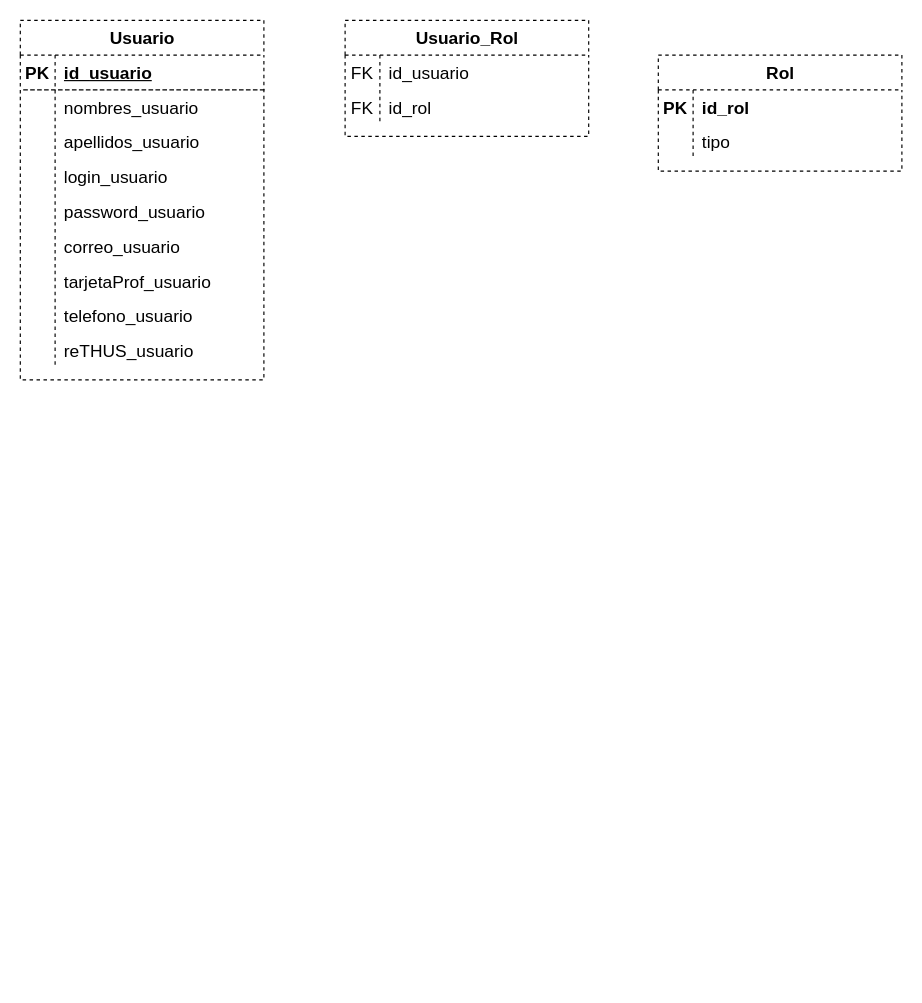
This is page "Diagrama relacional" (1 of 4) of Diagramas/Untitled Diagram.drawio from mjfernandezc/Diagramas, a draw.io file, before an edit. Source tidied: cells renumbered, new cells numbered last; positions are measured from the earlier drawing's top-left corner, leaving out a move shared by most shapes. Both pictures are drawn from the tidied source at 116%, with x=0, y=0 at pixel (20, 20).
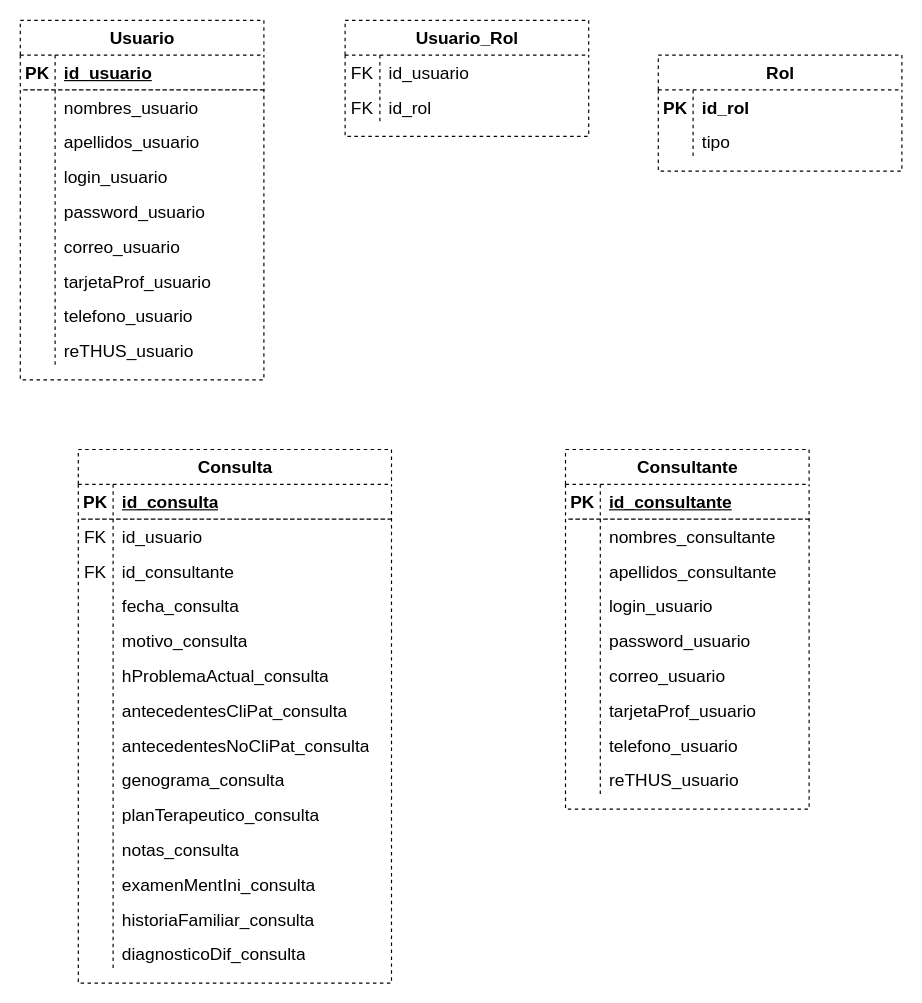
Above is the later version.

What changed in the source:
```diff
@@
+    <mxCell id="46" value="Consulta" style="shape=table;startSize=30;childLayout=tableLayout;rowLines=0;fontStyle=1;align=center;dashed=1;fontSize=15;html=1;" parent="1" vertex="1">
+      <mxGeometry x="50" y="370" width="270" height="460" as="geometry" />
+    </mxCell>
+    <mxCell id="47" style="shape=tableRow;horizontal=0;startSize=0;swimlaneHead=0;swimlaneBody=0;fillColor=none;top=0;left=0;right=0;bottom=1;dashed=1;fontSize=15;html=1;" parent="46" vertex="1">
+      <mxGeometry y="30" width="270" height="30" as="geometry" />
+    </mxCell>
+    <mxCell id="48" value="PK" style="shape=partialRectangle;fillColor=none;top=0;left=0;bottom=0;right=0;fontStyle=1;overflow=hidden;dashed=1;fontSize=15;html=1;" parent="47" vertex="1">
+      <mxGeometry width="30" height="30" as="geometry" />
+    </mxCell>
+    <mxCell id="49" value="id_consulta" style="shape=partialRectangle;fillColor=none;top=0;left=0;bottom=0;right=0;align=left;spacingLeft=6;fontStyle=5;overflow=hidden;dashed=1;fontSize=15;html=1;" parent="47" vertex="1">
+      <mxGeometry x="30" width="240" height="30" as="geometry" />
+    </mxCell>
+    <mxCell id="50" style="shape=tableRow;horizontal=0;startSize=0;swimlaneHead=0;swimlaneBody=0;fillColor=none;top=0;left=0;right=0;bottom=0;dashed=1;fontSize=15;html=1;" parent="46" vertex="1">
+      <mxGeometry y="60" width="270" height="30" as="geometry" />
+    </mxCell>
+    <mxCell id="51" value="FK" style="shape=partialRectangle;fillColor=none;top=0;left=0;bottom=0;right=0;overflow=hidden;dashed=1;fontSize=15;html=1;" parent="50" vertex="1">
+      <mxGeometry width="30" height="30" as="geometry" />
+    </mxCell>
+    <mxCell id="52" value="id_usuario" style="shape=partialRectangle;fillColor=none;top=0;left=0;bottom=0;right=0;align=left;spacingLeft=6;overflow=hidden;dashed=1;fontSize=15;html=1;" parent="50" vertex="1">
+      <mxGeometry x="30" width="240" height="30" as="geometry" />
+    </mxCell>
+    <mxCell id="53" style="shape=tableRow;horizontal=0;startSize=0;swimlaneHead=0;swimlaneBody=0;fillColor=none;top=0;left=0;right=0;bottom=0;dashed=1;fontSize=15;html=1;" parent="46" vertex="1">
+      <mxGeometry y="90" width="270" height="30" as="geometry" />
+    </mxCell>
+    <mxCell id="54" value="FK" style="shape=partialRectangle;fillColor=none;top=0;left=0;bottom=0;right=0;overflow=hidden;dashed=1;fontSize=15;html=1;" parent="53" vertex="1">
+      <mxGeometry width="30" height="30" as="geometry" />
+    </mxCell>
+    <mxCell id="55" value="id_consultante" style="shape=partialRectangle;fillColor=none;top=0;left=0;bottom=0;right=0;align=left;spacingLeft=6;overflow=hidden;dashed=1;fontSize=15;html=1;" parent="53" vertex="1">
+      <mxGeometry x="30" width="240" height="30" as="geometry" />
+    </mxCell>
+    <mxCell id="56" style="shape=tableRow;horizontal=0;startSize=0;swimlaneHead=0;swimlaneBody=0;fillColor=none;top=0;left=0;right=0;bottom=0;dashed=1;fontSize=15;html=1;" parent="46" vertex="1">
+      <mxGeometry y="120" width="270" height="30" as="geometry" />
+    </mxCell>
+    <mxCell id="57" style="shape=partialRectangle;fillColor=none;top=0;left=0;bottom=0;right=0;overflow=hidden;dashed=1;fontSize=15;html=1;" parent="56" vertex="1">
+      <mxGeometry width="30" height="30" as="geometry" />
+    </mxCell>
+    <mxCell id="58" value="fecha_consulta" style="shape=partialRectangle;fillColor=none;top=0;left=0;bottom=0;right=0;align=left;spacingLeft=6;overflow=hidden;dashed=1;fontSize=15;html=1;" parent="56" vertex="1">
+      <mxGeometry x="30" width="240" height="30" as="geometry" />
+    </mxCell>
+    <mxCell id="59" style="shape=tableRow;horizontal=0;startSize=0;swimlaneHead=0;swimlaneBody=0;fillColor=none;top=0;left=0;right=0;bottom=0;dashed=1;fontSize=15;html=1;" parent="46" vertex="1">
+      <mxGeometry y="150" width="270" height="30" as="geometry" />
+    </mxCell>
+    <mxCell id="60" style="shape=partialRectangle;fillColor=none;top=0;left=0;bottom=0;right=0;overflow=hidden;dashed=1;fontSize=15;html=1;" parent="59" vertex="1">
+      <mxGeometry width="30" height="30" as="geometry" />
+    </mxCell>
+    <mxCell id="61" value="motivo_consulta" style="shape=partialRectangle;fillColor=none;top=0;left=0;bottom=0;right=0;align=left;spacingLeft=6;overflow=hidden;dashed=1;fontSize=15;html=1;" parent="59" vertex="1">
+      <mxGeometry x="30" width="240" height="30" as="geometry" />
+    </mxCell>
+    <mxCell id="62" style="shape=tableRow;horizontal=0;startSize=0;swimlaneHead=0;swimlaneBody=0;fillColor=none;top=0;left=0;right=0;bottom=0;dashed=1;fontSize=15;html=1;" parent="46" vertex="1">
+      <mxGeometry y="180" width="270" height="30" as="geometry" />
+    </mxCell>
+    <mxCell id="63" style="shape=partialRectangle;fillColor=none;top=0;left=0;bottom=0;right=0;overflow=hidden;dashed=1;fontSize=15;html=1;" parent="62" vertex="1">
+      <mxGeometry width="30" height="30" as="geometry" />
+    </mxCell>
+    <mxCell id="64" value="hProblemaActual_consulta" style="shape=partialRectangle;fillColor=none;top=0;left=0;bottom=0;right=0;align=left;spacingLeft=6;overflow=hidden;dashed=1;fontSize=15;html=1;" parent="62" vertex="1">
+      <mxGeometry x="30" width="240" height="30" as="geometry" />
+    </mxCell>
+    <mxCell id="65" style="shape=tableRow;horizontal=0;startSize=0;swimlaneHead=0;swimlaneBody=0;fillColor=none;top=0;left=0;right=0;bottom=0;dashed=1;fontSize=15;html=1;" parent="46" vertex="1">
+      <mxGeometry y="210" width="270" height="30" as="geometry" />
+    </mxCell>
+    <mxCell id="66" style="shape=partialRectangle;fillColor=none;top=0;left=0;bottom=0;right=0;overflow=hidden;dashed=1;fontSize=15;html=1;" parent="65" vertex="1">
+      <mxGeometry width="30" height="30" as="geometry" />
+    </mxCell>
+    <mxCell id="67" value="antecedentesCliPat_consulta" style="shape=partialRectangle;fillColor=none;top=0;left=0;bottom=0;right=0;align=left;spacingLeft=6;overflow=hidden;dashed=1;fontSize=15;html=1;" parent="65" vertex="1">
+      <mxGeometry x="30" width="240" height="30" as="geometry" />
+    </mxCell>
+    <mxCell id="68" style="shape=tableRow;horizontal=0;startSize=0;swimlaneHead=0;swimlaneBody=0;fillColor=none;top=0;left=0;right=0;bottom=0;dashed=1;fontSize=15;html=1;" parent="46" vertex="1">
+      <mxGeometry y="240" width="270" height="30" as="geometry" />
+    </mxCell>
+    <mxCell id="69" style="shape=partialRectangle;fillColor=none;top=0;left=0;bottom=0;right=0;overflow=hidden;dashed=1;fontSize=15;html=1;" parent="68" vertex="1">
+      <mxGeometry width="30" height="30" as="geometry" />
+    </mxCell>
+    <mxCell id="70" value="antecedentesNoCliPat_consulta" style="shape=partialRectangle;fillColor=none;top=0;left=0;bottom=0;right=0;align=left;spacingLeft=6;overflow=hidden;dashed=1;fontSize=15;html=1;" parent="68" vertex="1">
+      <mxGeometry x="30" width="240" height="30" as="geometry" />
+    </mxCell>
+    <mxCell id="71" style="shape=tableRow;horizontal=0;startSize=0;swimlaneHead=0;swimlaneBody=0;fillColor=none;top=0;left=0;right=0;bottom=0;dashed=1;fontSize=15;html=1;" parent="46" vertex="1">
+      <mxGeometry y="270" width="270" height="30" as="geometry" />
+    </mxCell>
+    <mxCell id="72" style="shape=partialRectangle;fillColor=none;top=0;left=0;bottom=0;right=0;overflow=hidden;dashed=1;fontSize=15;html=1;" parent="71" vertex="1">
+      <mxGeometry width="30" height="30" as="geometry" />
+    </mxCell>
+    <mxCell id="73" value="genograma_consulta" style="shape=partialRectangle;fillColor=none;top=0;left=0;bottom=0;right=0;align=left;spacingLeft=6;overflow=hidden;dashed=1;fontSize=15;html=1;" parent="71" vertex="1">
+      <mxGeometry x="30" width="240" height="30" as="geometry" />
+    </mxCell>
+    <mxCell id="74" style="shape=tableRow;horizontal=0;startSize=0;swimlaneHead=0;swimlaneBody=0;fillColor=none;top=0;left=0;right=0;bottom=0;dashed=1;fontSize=15;html=1;" parent="46" vertex="1">
+      <mxGeometry y="300" width="270" height="30" as="geometry" />
+    </mxCell>
+    <mxCell id="75" style="shape=partialRectangle;fillColor=none;top=0;left=0;bottom=0;right=0;overflow=hidden;dashed=1;fontSize=15;html=1;" parent="74" vertex="1">
+      <mxGeometry width="30" height="30" as="geometry" />
+    </mxCell>
+    <mxCell id="76" value="planTerapeutico_consulta" style="shape=partialRectangle;fillColor=none;top=0;left=0;bottom=0;right=0;align=left;spacingLeft=6;overflow=hidden;dashed=1;fontSize=15;html=1;" parent="74" vertex="1">
+      <mxGeometry x="30" width="240" height="30" as="geometry" />
+    </mxCell>
+    <mxCell id="77" style="shape=tableRow;horizontal=0;startSize=0;swimlaneHead=0;swimlaneBody=0;fillColor=none;top=0;left=0;right=0;bottom=0;dashed=1;fontSize=15;html=1;" parent="46" vertex="1">
+      <mxGeometry y="330" width="270" height="30" as="geometry" />
+    </mxCell>
+    <mxCell id="78" style="shape=partialRectangle;fillColor=none;top=0;left=0;bottom=0;right=0;overflow=hidden;dashed=1;fontSize=15;html=1;" parent="77" vertex="1">
+      <mxGeometry width="30" height="30" as="geometry" />
+    </mxCell>
+    <mxCell id="79" value="notas_consulta" style="shape=partialRectangle;fillColor=none;top=0;left=0;bottom=0;right=0;align=left;spacingLeft=6;overflow=hidden;dashed=1;fontSize=15;html=1;" parent="77" vertex="1">
+      <mxGeometry x="30" width="240" height="30" as="geometry" />
+    </mxCell>
+    <mxCell id="80" style="shape=tableRow;horizontal=0;startSize=0;swimlaneHead=0;swimlaneBody=0;fillColor=none;top=0;left=0;right=0;bottom=0;dashed=1;fontSize=15;html=1;" parent="46" vertex="1">
+      <mxGeometry y="360" width="270" height="30" as="geometry" />
+    </mxCell>
+    <mxCell id="81" style="shape=partialRectangle;fillColor=none;top=0;left=0;bottom=0;right=0;overflow=hidden;dashed=1;fontSize=15;html=1;" parent="80" vertex="1">
+      <mxGeometry width="30" height="30" as="geometry" />
+    </mxCell>
+    <mxCell id="82" value="examenMentIni_consulta" style="shape=partialRectangle;fillColor=none;top=0;left=0;bottom=0;right=0;align=left;spacingLeft=6;overflow=hidden;dashed=1;fontSize=15;html=1;" parent="80" vertex="1">
+      <mxGeometry x="30" width="240" height="30" as="geometry" />
+    </mxCell>
+    <mxCell id="83" style="shape=tableRow;horizontal=0;startSize=0;swimlaneHead=0;swimlaneBody=0;fillColor=none;top=0;left=0;right=0;bottom=0;dashed=1;fontSize=15;html=1;" parent="46" vertex="1">
+      <mxGeometry y="390" width="270" height="30" as="geometry" />
+    </mxCell>
+    <mxCell id="84" style="shape=partialRectangle;fillColor=none;top=0;left=0;bottom=0;right=0;overflow=hidden;dashed=1;fontSize=15;html=1;" parent="83" vertex="1">
+      <mxGeometry width="30" height="30" as="geometry" />
+    </mxCell>
+    <mxCell id="85" value="historiaFamiliar_consulta" style="shape=partialRectangle;fillColor=none;top=0;left=0;bottom=0;right=0;align=left;spacingLeft=6;overflow=hidden;dashed=1;fontSize=15;html=1;" parent="83" vertex="1">
+      <mxGeometry x="30" width="240" height="30" as="geometry" />
+    </mxCell>
+    <mxCell id="86" style="shape=tableRow;horizontal=0;startSize=0;swimlaneHead=0;swimlaneBody=0;fillColor=none;top=0;left=0;right=0;bottom=0;dashed=1;fontSize=15;html=1;" parent="46" vertex="1">
+      <mxGeometry y="420" width="270" height="30" as="geometry" />
+    </mxCell>
+    <mxCell id="87" style="shape=partialRectangle;fillColor=none;top=0;left=0;bottom=0;right=0;overflow=hidden;dashed=1;fontSize=15;html=1;" parent="86" vertex="1">
+      <mxGeometry width="30" height="30" as="geometry" />
+    </mxCell>
+    <mxCell id="88" value="diagnosticoDif_consulta" style="shape=partialRectangle;fillColor=none;top=0;left=0;bottom=0;right=0;align=left;spacingLeft=6;overflow=hidden;dashed=1;fontSize=15;html=1;" parent="86" vertex="1">
+      <mxGeometry x="30" width="240" height="30" as="geometry" />
+    </mxCell>
+    <mxCell id="89" value="Consultante" style="shape=table;startSize=30;childLayout=tableLayout;rowLines=0;fontStyle=1;align=center;dashed=1;fontSize=15;html=1;" parent="1" vertex="1">
+      <mxGeometry x="470" y="370" width="210" height="310" as="geometry" />
+    </mxCell>
+    <mxCell id="90" style="shape=tableRow;horizontal=0;startSize=0;swimlaneHead=0;swimlaneBody=0;fillColor=none;top=0;left=0;right=0;bottom=1;dashed=1;fontSize=15;html=1;" parent="89" vertex="1">
+      <mxGeometry y="30" width="210" height="30" as="geometry" />
+    </mxCell>
+    <mxCell id="91" value="PK" style="shape=partialRectangle;fillColor=none;top=0;left=0;bottom=0;right=0;fontStyle=1;overflow=hidden;dashed=1;fontSize=15;html=1;" parent="90" vertex="1">
+      <mxGeometry width="30" height="30" as="geometry" />
+    </mxCell>
+    <mxCell id="92" value="id_consultante" style="shape=partialRectangle;fillColor=none;top=0;left=0;bottom=0;right=0;align=left;spacingLeft=6;fontStyle=5;overflow=hidden;dashed=1;fontSize=15;html=1;" parent="90" vertex="1">
+      <mxGeometry x="30" width="180" height="30" as="geometry" />
+    </mxCell>
+    <mxCell id="93" style="shape=tableRow;horizontal=0;startSize=0;swimlaneHead=0;swimlaneBody=0;fillColor=none;top=0;left=0;right=0;bottom=0;dashed=1;fontSize=15;html=1;" parent="89" vertex="1">
+      <mxGeometry y="60" width="210" height="30" as="geometry" />
+    </mxCell>
+    <mxCell id="94" style="shape=partialRectangle;fillColor=none;top=0;left=0;bottom=0;right=0;overflow=hidden;dashed=1;fontSize=15;html=1;" parent="93" vertex="1">
+      <mxGeometry width="30" height="30" as="geometry" />
+    </mxCell>
+    <mxCell id="95" value="nombres_consultante" style="shape=partialRectangle;fillColor=none;top=0;left=0;bottom=0;right=0;align=left;spacingLeft=6;overflow=hidden;dashed=1;fontSize=15;html=1;" parent="93" vertex="1">
+      <mxGeometry x="30" width="180" height="30" as="geometry" />
+    </mxCell>
+    <mxCell id="96" style="shape=tableRow;horizontal=0;startSize=0;swimlaneHead=0;swimlaneBody=0;fillColor=none;top=0;left=0;right=0;bottom=0;dashed=1;fontSize=15;html=1;" parent="89" vertex="1">
+      <mxGeometry y="90" width="210" height="30" as="geometry" />
+    </mxCell>
+    <mxCell id="97" style="shape=partialRectangle;fillColor=none;top=0;left=0;bottom=0;right=0;overflow=hidden;dashed=1;fontSize=15;html=1;" parent="96" vertex="1">
+      <mxGeometry width="30" height="30" as="geometry" />
+    </mxCell>
+    <mxCell id="98" value="apellidos_consultante" style="shape=partialRectangle;fillColor=none;top=0;left=0;bottom=0;right=0;align=left;spacingLeft=6;overflow=hidden;dashed=1;fontSize=15;html=1;" parent="96" vertex="1">
+      <mxGeometry x="30" width="180" height="30" as="geometry" />
+    </mxCell>
+    <mxCell id="99" style="shape=tableRow;horizontal=0;startSize=0;swimlaneHead=0;swimlaneBody=0;fillColor=none;top=0;left=0;right=0;bottom=0;dashed=1;fontSize=15;html=1;" parent="89" vertex="1">
+      <mxGeometry y="120" width="210" height="30" as="geometry" />
+    </mxCell>
+    <mxCell id="100" style="shape=partialRectangle;fillColor=none;top=0;left=0;bottom=0;right=0;overflow=hidden;dashed=1;fontSize=15;html=1;" parent="99" vertex="1">
+      <mxGeometry width="30" height="30" as="geometry" />
+    </mxCell>
+    <mxCell id="101" value="login_usuario" style="shape=partialRectangle;fillColor=none;top=0;left=0;bottom=0;right=0;align=left;spacingLeft=6;overflow=hidden;dashed=1;fontSize=15;html=1;" parent="99" vertex="1">
+      <mxGeometry x="30" width="180" height="30" as="geometry" />
+    </mxCell>
+    <mxCell id="102" style="shape=tableRow;horizontal=0;startSize=0;swimlaneHead=0;swimlaneBody=0;fillColor=none;top=0;left=0;right=0;bottom=0;dashed=1;fontSize=15;html=1;" parent="89" vertex="1">
+      <mxGeometry y="150" width="210" height="30" as="geometry" />
+    </mxCell>
+    <mxCell id="103" style="shape=partialRectangle;fillColor=none;top=0;left=0;bottom=0;right=0;overflow=hidden;dashed=1;fontSize=15;html=1;" parent="102" vertex="1">
+      <mxGeometry width="30" height="30" as="geometry" />
+    </mxCell>
+    <mxCell id="104" value="password_usuario" style="shape=partialRectangle;fillColor=none;top=0;left=0;bottom=0;right=0;align=left;spacingLeft=6;overflow=hidden;dashed=1;fontSize=15;html=1;" parent="102" vertex="1">
+      <mxGeometry x="30" width="180" height="30" as="geometry" />
+    </mxCell>
+    <mxCell id="105" style="shape=tableRow;horizontal=0;startSize=0;swimlaneHead=0;swimlaneBody=0;fillColor=none;top=0;left=0;right=0;bottom=0;dashed=1;fontSize=15;html=1;" parent="89" vertex="1">
+      <mxGeometry y="180" width="210" height="30" as="geometry" />
+    </mxCell>
+    <mxCell id="106" style="shape=partialRectangle;fillColor=none;top=0;left=0;bottom=0;right=0;overflow=hidden;dashed=1;fontSize=15;html=1;" parent="105" vertex="1">
+      <mxGeometry width="30" height="30" as="geometry" />
+    </mxCell>
+    <mxCell id="107" value="&lt;div&gt;correo_usuario&lt;/div&gt;" style="shape=partialRectangle;fillColor=none;top=0;left=0;bottom=0;right=0;align=left;spacingLeft=6;overflow=hidden;dashed=1;fontSize=15;html=1;" parent="105" vertex="1">
+      <mxGeometry x="30" width="180" height="30" as="geometry" />
+    </mxCell>
+    <mxCell id="108" style="shape=tableRow;horizontal=0;startSize=0;swimlaneHead=0;swimlaneBody=0;fillColor=none;top=0;left=0;right=0;bottom=0;dashed=1;fontSize=15;html=1;" parent="89" vertex="1">
+      <mxGeometry y="210" width="210" height="30" as="geometry" />
+    </mxCell>
+    <mxCell id="109" style="shape=partialRectangle;fillColor=none;top=0;left=0;bottom=0;right=0;overflow=hidden;dashed=1;fontSize=15;html=1;" parent="108" vertex="1">
+      <mxGeometry width="30" height="30" as="geometry" />
+    </mxCell>
+    <mxCell id="110" value="tarjetaProf_usuario" style="shape=partialRectangle;fillColor=none;top=0;left=0;bottom=0;right=0;align=left;spacingLeft=6;overflow=hidden;dashed=1;fontSize=15;html=1;" parent="108" vertex="1">
+      <mxGeometry x="30" width="180" height="30" as="geometry" />
+    </mxCell>
+    <mxCell id="111" style="shape=tableRow;horizontal=0;startSize=0;swimlaneHead=0;swimlaneBody=0;fillColor=none;top=0;left=0;right=0;bottom=0;dashed=1;fontSize=15;html=1;" parent="89" vertex="1">
+      <mxGeometry y="240" width="210" height="30" as="geometry" />
+    </mxCell>
+    <mxCell id="112" style="shape=partialRectangle;fillColor=none;top=0;left=0;bottom=0;right=0;overflow=hidden;dashed=1;fontSize=15;html=1;" parent="111" vertex="1">
+      <mxGeometry width="30" height="30" as="geometry" />
+    </mxCell>
+    <mxCell id="113" value="telefono_usuario" style="shape=partialRectangle;fillColor=none;top=0;left=0;bottom=0;right=0;align=left;spacingLeft=6;overflow=hidden;dashed=1;fontSize=15;html=1;" parent="111" vertex="1">
+      <mxGeometry x="30" width="180" height="30" as="geometry" />
+    </mxCell>
+    <mxCell id="114" style="shape=tableRow;horizontal=0;startSize=0;swimlaneHead=0;swimlaneBody=0;fillColor=none;top=0;left=0;right=0;bottom=0;dashed=1;fontSize=15;html=1;" parent="89" vertex="1">
+      <mxGeometry y="270" width="210" height="30" as="geometry" />
+    </mxCell>
+    <mxCell id="115" style="shape=partialRectangle;fillColor=none;top=0;left=0;bottom=0;right=0;overflow=hidden;dashed=1;fontSize=15;html=1;" parent="114" vertex="1">
+      <mxGeometry width="30" height="30" as="geometry" />
+    </mxCell>
+    <mxCell id="116" value="reTHUS_usuario" style="shape=partialRectangle;fillColor=none;top=0;left=0;bottom=0;right=0;align=left;spacingLeft=6;overflow=hidden;dashed=1;fontSize=15;html=1;" parent="114" vertex="1">
+      <mxGeometry x="30" width="180" height="30" as="geometry" />
+    </mxCell>
```
